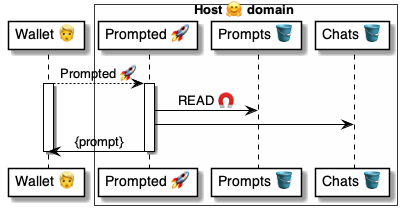
Before: 4 ⚙️ Solution/41 🎭 Domain Roles/Hosts 🤗/🤗📨 Host msgs/Prompted 🧑‍🦰🚀🤗/🤗 Prompted ⚙️ uml.png, a diagram exported from PlantUML (pollyweb-org/pollyweb-docs). Its source is kept beside it as 4 ⚙️ Solution/41 🎭 Domain Roles/Hosts 🤗/🤗📨 Host msgs/Prompted 🧑‍🦰🚀🤗/🤗 Prompted ⚙️ uml.puml. Source of this version:
```plantuml
@startuml Prompted@Host

participant "Wallet 👱" as wallet
box Host 🤗 domain #FFFFFD
    participant "Prompted 🚀" as handler
    participant "Prompts 🪣" as prompts
    participant "Chats 🪣" as chats
end box

wallet --> handler: Prompted 🚀
activate wallet

    activate handler
        handler -> prompts: READ 🧲
        handler -> chats:
        handler -> wallet: {prompt}
    deactivate handler

deactivate wallet

@enduml
```
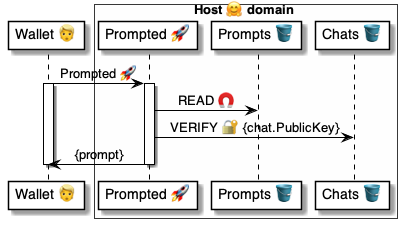
The same file after the commit.

What changed in the source:
```diff
@@ -7,12 +7,12 @@
     participant "Chats 🪣" as chats
 end box
 
-wallet --> handler: Prompted 🚀
+wallet -> handler: Prompted 🚀
 activate wallet
 
     activate handler
         handler -> prompts: READ 🧲
-        handler -> chats:
+        handler -> chats: VERIFY 🔐 {chat.PublicKey}
         handler -> wallet: {prompt}
     deactivate handler
 
```
